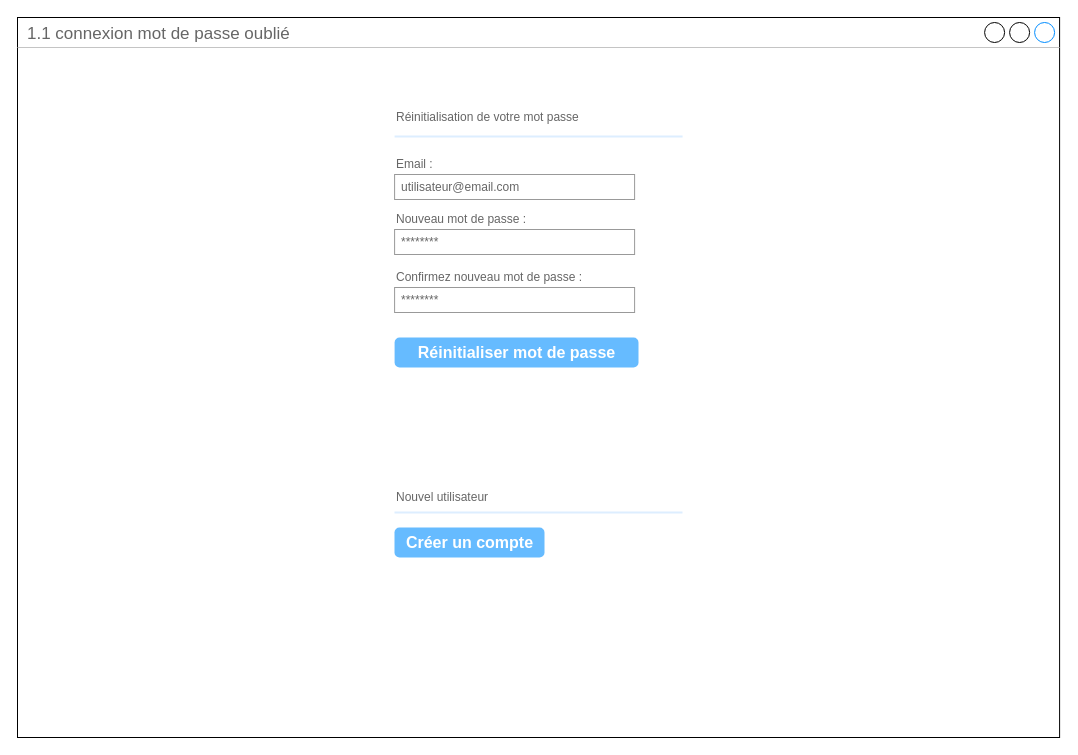
Earlier version of the draw.io diagram page "1.1 connexion mot de passe oublié" (2 of 10) of P3 - maquettes.drawio (GDSDC/OpenclassroomsProject-P3). Source tidied: cells renumbered, new cells numbered last; positions are measured from the earlier drawing's top-left corner, leaving out a move shared by most shapes. Both pictures are drawn from the tidied source at 100%, with x=0, y=0 at pixel (17, 17).
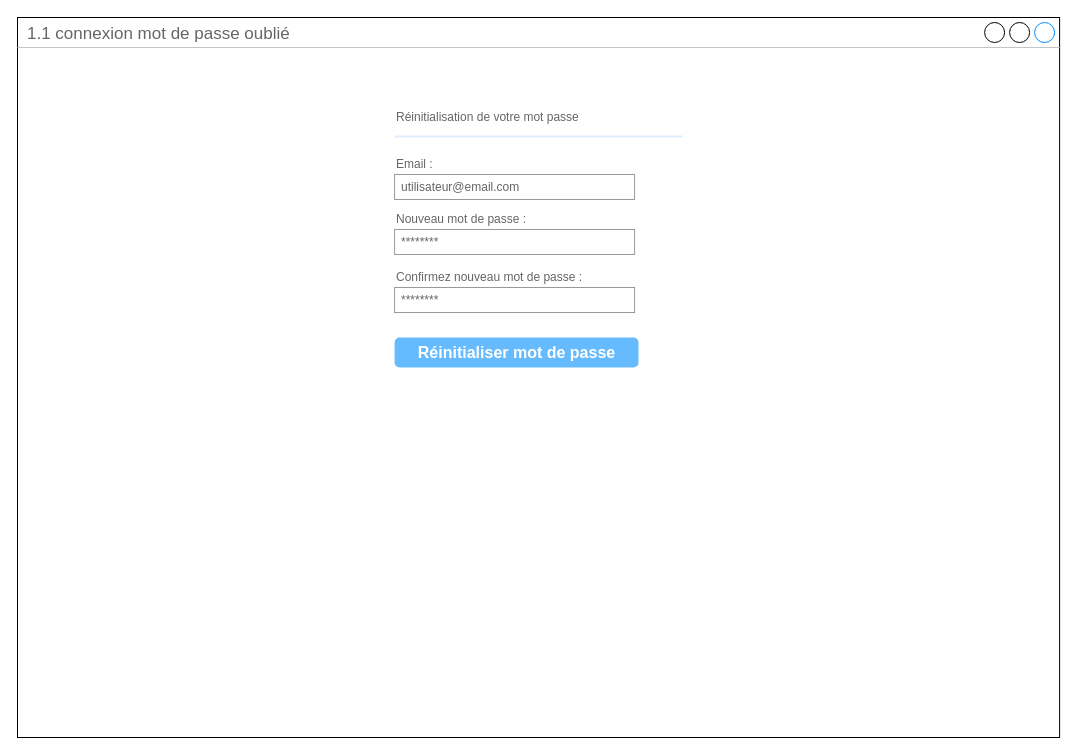
After the change.

Change to the diagram source:
```diff
@@
 <mxGraphModel>
   <root>
     <mxCell id="0" />
     <mxCell id="1" parent="0" />
     <mxCell id="2" value="1.1 connexion mot de passe oublié" style="strokeWidth=1;shadow=0;dashed=0;align=center;html=1;shape=mxgraph.mockup.containers.window;align=left;verticalAlign=top;spacingLeft=8;strokeColor2=#008cff;strokeColor3=#c4c4c4;fontColor=#666666;mainText=;fontSize=17;labelBackgroundColor=none;" parent="1" vertex="1">
       <mxGeometry width="1042.1" height="720" as="geometry" />
     </mxCell>
     <mxCell id="3" value="Réinitialisation de votre mot passe" style="strokeWidth=1;shadow=0;dashed=0;align=center;html=1;shape=mxgraph.mockup.forms.anchor;fontSize=12;fontColor=#666666;align=left;spacingLeft=0;" parent="1" vertex="1">
       <mxGeometry x="377.1" y="90" width="160" height="20" as="geometry" />
     </mxCell>
     <mxCell id="4" style="shape=line;strokeColor=#ddeeff;strokeWidth=2;html=1;" parent="1" vertex="1">
       <mxGeometry x="377.1" y="114" width="288" height="10" as="geometry" />
     </mxCell>
     <mxCell id="5" value="Email :" style="strokeWidth=1;shadow=0;dashed=0;align=center;html=1;shape=mxgraph.mockup.forms.anchor;fontSize=12;fontColor=#666666;align=left;spacingLeft=0;" parent="1" vertex="1">
       <mxGeometry x="377.1" y="137" width="160" height="20" as="geometry" />
     </mxCell>
     <mxCell id="6" value="utilisateur@email.com" style="strokeWidth=1;shadow=0;dashed=0;align=center;html=1;shape=mxgraph.mockup.forms.rrect;rSize=0;strokeColor=#999999;fontColor=#666666;align=left;spacingLeft=5;" parent="1" vertex="1">
       <mxGeometry x="377.1" y="157" width="240" height="25" as="geometry" />
     </mxCell>
     <mxCell id="7" value="Nouveau mot de passe :" style="strokeWidth=1;shadow=0;dashed=0;align=center;html=1;shape=mxgraph.mockup.forms.anchor;fontSize=12;fontColor=#666666;align=left;spacingLeft=0;" parent="1" vertex="1">
       <mxGeometry x="377.1" y="192" width="160" height="20" as="geometry" />
     </mxCell>
     <mxCell id="8" value="********" style="strokeWidth=1;shadow=0;dashed=0;align=center;html=1;shape=mxgraph.mockup.forms.rrect;rSize=0;strokeColor=#999999;fontColor=#666666;align=left;spacingLeft=5;" parent="1" vertex="1">
       <mxGeometry x="377.1" y="212" width="240" height="25" as="geometry" />
     </mxCell>
     <mxCell id="9" value="Réinitialiser mot de passe" style="strokeWidth=1;shadow=0;dashed=0;align=center;html=1;shape=mxgraph.mockup.forms.rrect;rSize=5;strokeColor=none;fontColor=#ffffff;fillColor=#66bbff;fontSize=16;fontStyle=1;" parent="1" vertex="1">
       <mxGeometry x="377.1" y="320" width="243.9" height="30" as="geometry" />
     </mxCell>
     <mxCell id="10" value="********" style="strokeWidth=1;shadow=0;dashed=0;align=center;html=1;shape=mxgraph.mockup.forms.rrect;rSize=0;strokeColor=#999999;fontColor=#666666;align=left;spacingLeft=5;" parent="1" vertex="1">
       <mxGeometry x="377.1" y="270" width="240" height="25" as="geometry" />
     </mxCell>
     <mxCell id="11" value="Confirmez nouveau mot de passe :" style="strokeWidth=1;shadow=0;dashed=0;align=center;html=1;shape=mxgraph.mockup.forms.anchor;fontSize=12;fontColor=#666666;align=left;spacingLeft=0;" parent="1" vertex="1">
       <mxGeometry x="377.1" y="250" width="160" height="20" as="geometry" />
     </mxCell>
-    <mxCell id="12" value="Nouvel utilisateur" style="strokeWidth=1;shadow=0;dashed=0;align=center;html=1;shape=mxgraph.mockup.forms.anchor;fontSize=12;fontColor=#666666;align=left;spacingLeft=0;" parent="1" vertex="1">
-      <mxGeometry x="377.1" y="470" width="240" height="20" as="geometry" />
-    </mxCell>
-    <mxCell id="13" value="Créer un compte" style="strokeWidth=1;shadow=0;dashed=0;align=center;html=1;shape=mxgraph.mockup.forms.rrect;rSize=5;strokeColor=none;fontColor=#ffffff;fillColor=#66bbff;fontSize=16;fontStyle=1;" parent="1" vertex="1">
-      <mxGeometry x="377" y="510" width="150" height="30" as="geometry" />
-    </mxCell>
-    <mxCell id="14" style="shape=line;strokeColor=#ddeeff;strokeWidth=2;html=1;" parent="1" vertex="1">
-      <mxGeometry x="377" y="490" width="288" height="10" as="geometry" />
-    </mxCell>
   </root>
 </mxGraphModel>
```
